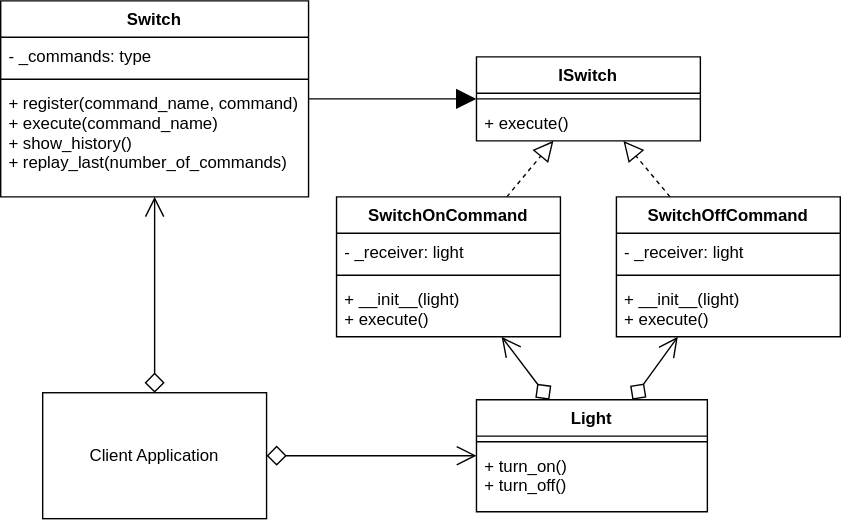
Earlier version of the draw.io export img/command_example.svg (Sean-Bradley/Design-Patterns-In-Python). Source tidied: cells renumbered, new cells last; positions are measured from the earlier drawing's top-left corner, leaving out a move shared by most shapes.
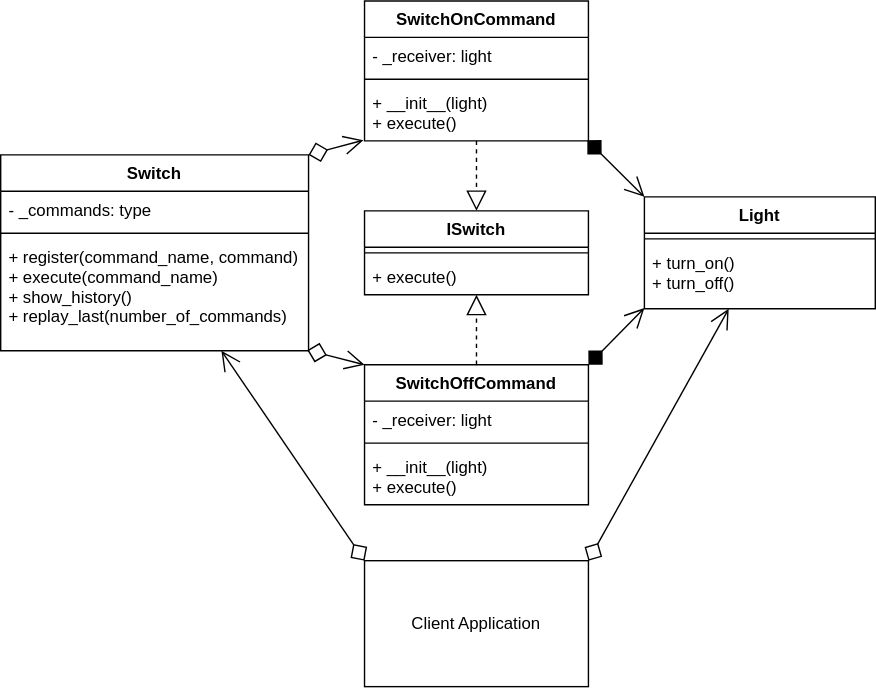
Later version of the same file.

Diff of the diagram source:
```diff
@@ -3,7 +3,7 @@
     <mxCell id="0" />
     <mxCell id="1" parent="0" />
     <mxCell id="2" value="Client Application" style="rounded=0;whiteSpace=wrap;html=1;" parent="1" vertex="1">
-      <mxGeometry x="30" y="280" width="160" height="90" as="geometry" />
+      <mxGeometry x="260" y="400" width="160" height="90" as="geometry" />
     </mxCell>
     <mxCell id="3" style="rounded=0;jettySize=auto;html=1;endArrow=block;endFill=0;dashed=1;startSize=12;endSize=12;startArrow=none;startFill=0;" parent="1" edge="1" source="20" target="6">
       <mxGeometry relative="1" as="geometry" />
@@ -11,11 +11,8 @@
     <mxCell id="4" style="rounded=0;jettySize=auto;html=1;endArrow=block;endFill=0;dashed=1;startSize=12;endSize=12;startArrow=none;startFill=0;" parent="1" edge="1" source="16" target="6">
       <mxGeometry relative="1" as="geometry" />
     </mxCell>
-    <mxCell id="5" style="endArrow=none;endFill=0;endSize=12;html=1;startArrow=block;startFill=1;startSize=12;" parent="1" edge="1" source="6" target="12">
-      <mxGeometry relative="1" as="geometry" />
-    </mxCell>
     <mxCell id="6" value="ISwitch" style="swimlane;fontStyle=1;align=center;verticalAlign=top;horizontal=1;startSize=26;" parent="1" vertex="1">
-      <mxGeometry x="340" y="40" width="160" height="60" as="geometry" />
+      <mxGeometry x="260" y="150" width="160" height="60" as="geometry" />
     </mxCell>
     <mxCell id="7" style="line;strokeWidth=1;fillColor=none;align=left;verticalAlign=middle;spacingTop=-1;spacingLeft=3;spacingRight=3;labelPosition=right;" parent="6" vertex="1">
       <mxGeometry y="26" width="160" height="8" as="geometry" />
@@ -24,7 +21,7 @@
       <mxGeometry y="34" width="160" height="26" as="geometry" />
     </mxCell>
     <mxCell id="9" value="Light" style="swimlane;fontStyle=1;align=center;verticalAlign=top;horizontal=1;startSize=26;" parent="1" vertex="1">
-      <mxGeometry x="340" y="285" width="165" height="80" as="geometry" />
+      <mxGeometry x="460" y="140" width="165" height="80" as="geometry" />
     </mxCell>
     <mxCell id="10" style="line;strokeWidth=1;fillColor=none;align=left;verticalAlign=middle;spacingTop=-1;spacingLeft=3;spacingRight=3;labelPosition=right;" parent="9" vertex="1">
       <mxGeometry y="26" width="165" height="8" as="geometry" />
@@ -33,7 +30,7 @@
       <mxGeometry y="34" width="165" height="46" as="geometry" />
     </mxCell>
     <mxCell id="12" value="Switch" style="swimlane;fontStyle=1;align=center;verticalAlign=top;horizontal=1;startSize=26;" parent="1" vertex="1">
-      <mxGeometry width="220" height="140" as="geometry" />
+      <mxGeometry y="110" width="220" height="140" as="geometry" />
     </mxCell>
     <mxCell id="13" value="- _commands: type" style="text;strokeColor=none;fillColor=none;align=left;verticalAlign=top;spacingLeft=4;spacingRight=4;overflow=hidden;" parent="12" vertex="1">
       <mxGeometry y="26" width="220" height="26" as="geometry" />
@@ -45,7 +42,7 @@
       <mxGeometry y="60" width="220" height="80" as="geometry" />
     </mxCell>
     <mxCell id="16" value="SwitchOffCommand" style="swimlane;fontStyle=1;align=center;verticalAlign=top;horizontal=1;startSize=26;" parent="1" vertex="1">
-      <mxGeometry x="440" y="140" width="160" height="100" as="geometry" />
+      <mxGeometry x="260" y="260" width="160" height="100" as="geometry" />
     </mxCell>
     <mxCell id="17" value="- _receiver: light" style="text;strokeColor=none;fillColor=none;align=left;verticalAlign=top;spacingLeft=4;spacingRight=4;overflow=hidden;" parent="16" vertex="1">
       <mxGeometry y="26" width="160" height="26" as="geometry" />
@@ -57,7 +54,7 @@
       <mxGeometry y="60" width="160" height="40" as="geometry" />
     </mxCell>
     <mxCell id="20" value="SwitchOnCommand" style="swimlane;fontStyle=1;align=center;verticalAlign=top;horizontal=1;startSize=26;" parent="1" vertex="1">
-      <mxGeometry x="240" y="140" width="160" height="100" as="geometry" />
+      <mxGeometry x="260" width="160" height="100" as="geometry" />
     </mxCell>
     <mxCell id="21" value="- _receiver: light" style="text;strokeColor=none;fillColor=none;align=left;verticalAlign=top;spacingLeft=4;spacingRight=4;overflow=hidden;" parent="20" vertex="1">
       <mxGeometry y="26" width="160" height="26" as="geometry" />
@@ -68,17 +65,23 @@
     <mxCell id="23" value="+ __init__(light)&#10;+ execute()" style="text;strokeColor=none;fillColor=none;align=left;verticalAlign=top;spacingLeft=4;spacingRight=4;overflow=hidden;points=[[0,0.5],[1,0.5]];portConstraint=eastwest;" parent="20" vertex="1">
       <mxGeometry y="60" width="160" height="40" as="geometry" />
     </mxCell>
-    <mxCell id="24" style="endArrow=diamond;endFill=0;endSize=12;html=1;startArrow=open;startFill=0;startSize=12;" parent="1" edge="1" source="16" target="9">
+    <mxCell id="24" style="endArrow=diamond;endFill=1;endSize=12;html=1;startArrow=open;startFill=0;startSize=12;entryX=1;entryY=0;entryDx=0;entryDy=0;exitX=0;exitY=0.989;exitDx=0;exitDy=0;exitPerimeter=0;" parent="1" edge="1" source="11" target="16">
       <mxGeometry relative="1" as="geometry" />
     </mxCell>
-    <mxCell id="25" style="endArrow=diamond;endFill=0;endSize=12;html=1;startArrow=open;startFill=0;startSize=12;" parent="1" edge="1" source="20" target="9">
+    <mxCell id="25" style="endArrow=diamond;endFill=1;endSize=12;html=1;startArrow=open;startFill=0;startSize=12;entryX=0.995;entryY=0.987;entryDx=0;entryDy=0;entryPerimeter=0;exitX=0;exitY=0;exitDx=0;exitDy=0;" parent="1" edge="1" source="9" target="23">
       <mxGeometry relative="1" as="geometry" />
     </mxCell>
-    <mxCell id="26" style="endArrow=diamond;endFill=0;endSize=12;html=1;startArrow=open;startFill=0;startSize=12;" parent="1" edge="1" source="12" target="2">
+    <mxCell id="26" style="endArrow=diamond;endFill=0;endSize=12;html=1;startArrow=open;startFill=0;startSize=12;entryX=0;entryY=0;entryDx=0;entryDy=0;" parent="1" edge="1" source="12" target="2">
       <mxGeometry relative="1" as="geometry" />
     </mxCell>
-    <mxCell id="27" style="endArrow=diamond;endFill=0;endSize=12;html=1;startArrow=open;startFill=0;startSize=12;" parent="1" edge="1" source="9" target="2">
+    <mxCell id="27" style="endArrow=diamond;endFill=0;endSize=12;html=1;startArrow=open;startFill=0;startSize=12;entryX=1;entryY=0;entryDx=0;entryDy=0;" parent="1" edge="1" source="9" target="2">
       <mxGeometry relative="1" as="geometry" />
     </mxCell>
+    <mxCell id="28" style="endArrow=diamond;endFill=0;endSize=12;html=1;startArrow=open;startFill=0;startSize=12;entryX=1;entryY=0;entryDx=0;entryDy=0;exitX=-0.005;exitY=0.987;exitDx=0;exitDy=0;exitPerimeter=0;" parent="1" edge="1" source="23" target="12">
+      <mxGeometry relative="1" as="geometry" />
+    </mxCell>
+    <mxCell id="29" style="endArrow=diamond;endFill=0;endSize=12;html=1;startArrow=open;startFill=0;startSize=12;entryX=0.996;entryY=0.994;entryDx=0;entryDy=0;entryPerimeter=0;exitX=0;exitY=0;exitDx=0;exitDy=0;" parent="1" edge="1" source="16" target="15">
+      <mxGeometry relative="1" as="geometry" />
+    </mxCell>
   </root>
 </mxGraphModel>
```
